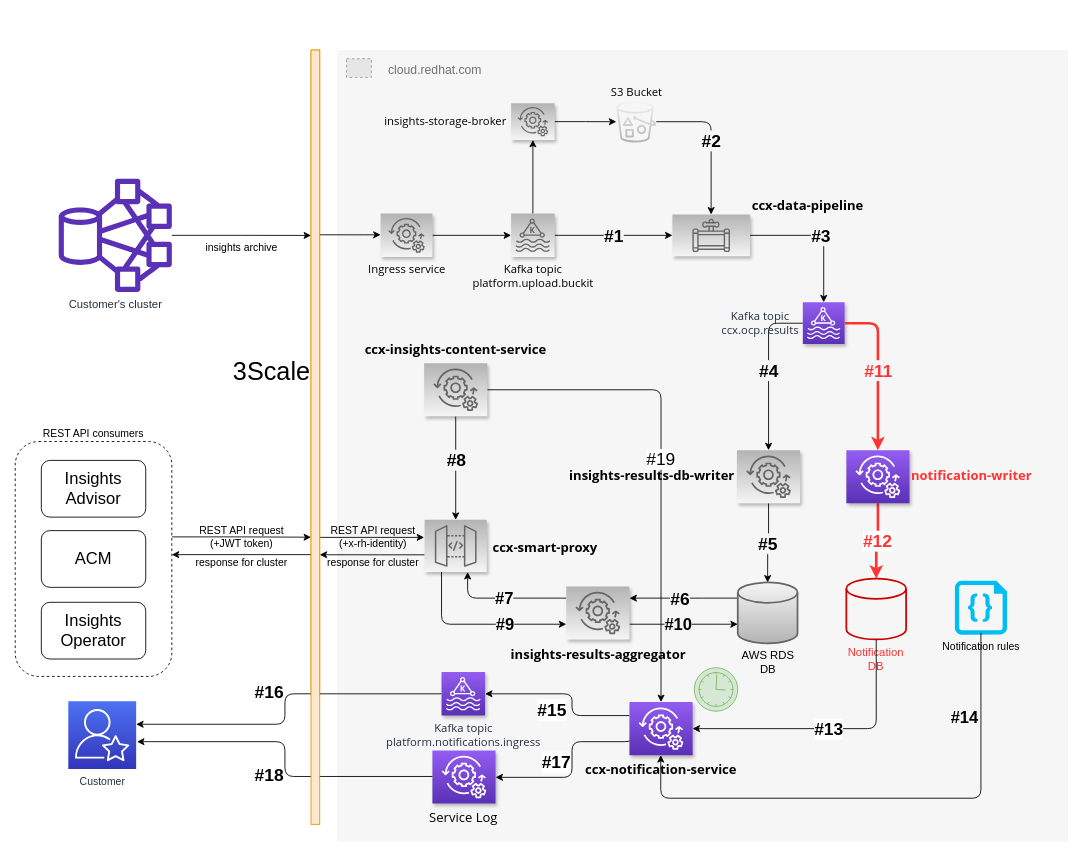
Before: docs/images/architecture_diagram.drawio in RedHatInsights/ccx-notification-writer, a draw.io diagram. Source tidied: cells renumbered, new cells numbered last; positions are measured from the earlier drawing's top-left corner, leaving out a move shared by most shapes. Both pictures are drawn from the tidied source at 87%, with x=0, y=0 at pixel (15, 15). Pictures stored in the file or linked from it are replaced by grey dashed boxes.
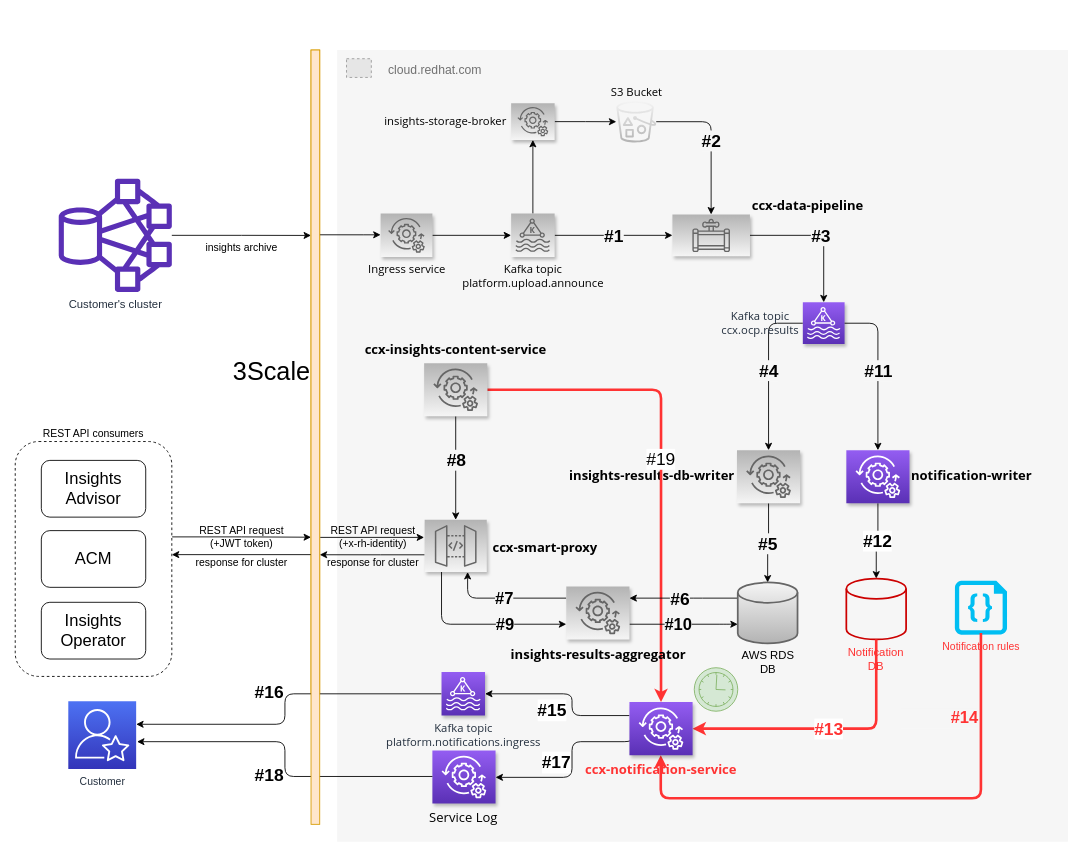
The same diagram, later.

Unchanged cells that the change refers to:
```xml
<mxCell id="5" value="Kafka topic&lt;br style=&quot;font-size: 13px;&quot;&gt;ccx.ocp.results" style="outlineConnect=0;fontColor=#232F3E;gradientColor=#945DF2;gradientDirection=north;fillColor=#5A30B5;strokeColor=#ffffff;dashed=0;verticalLabelPosition=middle;verticalAlign=middle;align=center;html=1;fontSize=13;fontStyle=0;shape=mxgraph.aws4.resourceIcon;resIcon=mxgraph.aws4.managed_streaming_for_kafka;shadow=1;labelPosition=left;spacingRight=50;fontFamily=Open Sans;" parent="1" vertex="1">
  <mxGeometry x="905.3" y="330" width="48" height="48" as="geometry" />
</mxCell>
<mxCell id="40" value="&lt;div&gt;ccx-insights-content-service&lt;/div&gt;" style="outlineConnect=0;gradientDirection=north;fillColor=#f5f5f5;strokeColor=#666666;dashed=0;verticalLabelPosition=top;verticalAlign=bottom;align=center;html=1;fontSize=15;fontStyle=1;shape=mxgraph.aws4.resourceIcon;resIcon=mxgraph.aws4.managed_services;fontFamily=Open Sans;labelPosition=center;shadow=1;spacingBottom=5;gradientColor=#b3b3b3;" parent="1" vertex="1">
  <mxGeometry x="470" y="400" width="72.6" height="61" as="geometry" />
</mxCell>
<mxCell id="51" value="&lt;div&gt;Notification&lt;/div&gt;&lt;div&gt;DB&lt;br&gt;&lt;/div&gt;" style="strokeWidth=2;html=1;shape=mxgraph.flowchart.database;whiteSpace=wrap;shadow=0;dashed=0;fontFamily=Helvetica;fontSize=13;align=center;fillColor=none;strokeColor=#CC0000;labelPosition=center;verticalLabelPosition=bottom;verticalAlign=top;spacingBottom=0;fontColor=#FF3333;" parent="1" vertex="1">
  <mxGeometry x="955.3" y="647.5" width="68.7" height="70" as="geometry" />
</mxCell>
```

Diff of the diagram source:
```diff
@@
-    <mxCell id="10" value="&lt;div style=&quot;font-size: 13px;&quot;&gt;Kafka topic&lt;/div&gt;&lt;div style=&quot;font-size: 13px;&quot;&gt;platform.upload.buckit&lt;/div&gt;" style="outlineConnect=0;gradientDirection=north;fillColor=#f5f5f5;strokeColor=#666666;dashed=0;verticalLabelPosition=bottom;verticalAlign=top;align=center;html=1;fontSize=13;fontStyle=0;shape=mxgraph.aws4.resourceIcon;resIcon=mxgraph.aws4.managed_streaming_for_kafka;labelPosition=center;shadow=1;fontFamily=Open Sans;gradientColor=#b3b3b3;" parent="1" vertex="1">
+    <mxCell id="10" value="&lt;div style=&quot;font-size: 13px;&quot;&gt;Kafka topic&lt;/div&gt;&lt;div style=&quot;font-size: 13px;&quot;&gt;platform.upload.announce&lt;/div&gt;" style="outlineConnect=0;gradientDirection=north;fillColor=#f5f5f5;strokeColor=#666666;dashed=0;verticalLabelPosition=bottom;verticalAlign=top;align=center;html=1;fontSize=13;fontStyle=0;shape=mxgraph.aws4.resourceIcon;resIcon=mxgraph.aws4.managed_streaming_for_kafka;labelPosition=center;shadow=1;fontFamily=Open Sans;gradientColor=#b3b3b3;" parent="1" vertex="1">
       <mxGeometry x="570" y="228" width="50" height="50" as="geometry" />
     </mxCell>
@@
-    <mxCell id="39" value="&lt;font style=&quot;font-size: 20px;&quot;&gt;#19&lt;/font&gt;" style="edgeStyle=orthogonalEdgeStyle;rounded=1;jettySize=auto;html=1;strokeColor=#000000;strokeWidth=1;" parent="1" edge="1" source="40" target="63">
+    <mxCell id="39" value="&lt;font style=&quot;font-size: 20px;&quot;&gt;#19&lt;/font&gt;" style="edgeStyle=orthogonalEdgeStyle;rounded=1;jettySize=auto;html=1;strokeColor=#FF3333;strokeWidth=3;" parent="1" edge="1" source="40" target="63">
       <mxGeometry relative="1" as="geometry" />
     </mxCell>
@@
-    <mxCell id="48" value="&lt;b&gt;&lt;font style=&quot;font-size: 20px&quot;&gt;#12&lt;/font&gt;&lt;/b&gt;" style="edgeStyle=orthogonalEdgeStyle;rounded=0;jettySize=auto;html=1;strokeColor=#FF3333;strokeWidth=3;fontColor=#FF3333;" parent="1" edge="1" source="49" target="51">
+    <mxCell id="48" value="&lt;b&gt;&lt;font style=&quot;font-size: 20px&quot;&gt;#12&lt;/font&gt;&lt;/b&gt;" style="edgeStyle=orthogonalEdgeStyle;rounded=0;jettySize=auto;html=1;" parent="1" edge="1" source="49" target="51">
       <mxGeometry relative="1" as="geometry" />
     </mxCell>
-    <mxCell id="49" value="&lt;div&gt;&lt;b&gt;notification-writer&lt;/b&gt;&lt;/div&gt;" style="outlineConnect=0;fontColor=#FF3333;gradientColor=#945DF2;gradientDirection=north;fillColor=#5A30B5;strokeColor=#FFFFFF;dashed=0;verticalLabelPosition=middle;verticalAlign=middle;align=left;html=1;fontSize=15;fontStyle=0;shape=mxgraph.aws4.resourceIcon;resIcon=mxgraph.aws4.managed_services;fontFamily=Open Sans;labelPosition=right;shadow=1;spacingBottom=5;spacingRight=2;" parent="1" vertex="1">
+    <mxCell id="49" value="&lt;div&gt;&lt;b&gt;notification-writer&lt;/b&gt;&lt;/div&gt;" style="outlineConnect=0;fontColor=#000000;gradientColor=#945DF2;gradientDirection=north;fillColor=#5A30B5;strokeColor=#FFFFFF;dashed=0;verticalLabelPosition=middle;verticalAlign=middle;align=left;html=1;fontSize=15;fontStyle=0;shape=mxgraph.aws4.resourceIcon;resIcon=mxgraph.aws4.managed_services;fontFamily=Open Sans;labelPosition=right;shadow=1;spacingBottom=5;spacingRight=2;" parent="1" vertex="1">
       <mxGeometry x="955.3" y="500" width="72.6" height="61" as="geometry" />
     </mxCell>
-    <mxCell id="50" value="#11" style="edgeStyle=orthogonalEdgeStyle;rounded=1;comic=0;jumpStyle=none;jettySize=auto;html=1;shadow=0;startFill=1;endFill=1;fontColor=#FF3333;labelBackgroundColor=#f6f6f6;fontSize=20;fontStyle=1;strokeColor=#FF3333;strokeWidth=3;" parent="1" edge="1" source="5" target="49">
+    <mxCell id="50" value="#11" style="edgeStyle=orthogonalEdgeStyle;rounded=1;comic=0;jumpStyle=none;jettySize=auto;html=1;shadow=0;startFill=1;endFill=1;fontColor=#000000;labelBackgroundColor=#f6f6f6;fontSize=20;fontStyle=1;" parent="1" edge="1" source="5" target="49">
       <mxGeometry relative="1" as="geometry" />
     </mxCell>
@@
-    <mxCell id="54" value="&lt;font style=&quot;font-size: 20px&quot;&gt;&lt;b&gt;&lt;font style=&quot;font-size: 20px&quot;&gt;#13&lt;/font&gt;&lt;/b&gt;&lt;/font&gt;" style="edgeStyle=orthogonalEdgeStyle;rounded=1;jettySize=auto;html=1;exitX=0.5;exitY=1;exitDx=0;exitDy=0;exitPerimeter=0;strokeColor=#000000;strokeWidth=1;fontColor=#000000;" parent="1" edge="1" source="51" target="63">
+    <mxCell id="54" value="&lt;font style=&quot;font-size: 20px&quot;&gt;&lt;b&gt;&lt;font style=&quot;font-size: 20px&quot;&gt;#13&lt;/font&gt;&lt;/b&gt;&lt;/font&gt;" style="edgeStyle=orthogonalEdgeStyle;rounded=1;jettySize=auto;html=1;exitX=0.5;exitY=1;exitDx=0;exitDy=0;exitPerimeter=0;strokeColor=#FF3333;strokeWidth=3;fontColor=#FF3333;" parent="1" edge="1" source="51" target="63">
       <mxGeometry relative="1" as="geometry">
         <Array as="points">
           <mxPoint x="990" y="820" />
         </Array>
       </mxGeometry>
     </mxCell>
@@
-    <mxCell id="56" value="Notification rules" style="verticalLabelPosition=bottom;html=1;verticalAlign=top;align=center;strokeColor=none;fillColor=#00BEF2;shape=mxgraph.azure.code_file;fontColor=#000000;" parent="1" vertex="1">
+    <mxCell id="56" value="Notification rules" style="verticalLabelPosition=bottom;html=1;verticalAlign=top;align=center;strokeColor=none;fillColor=#00BEF2;shape=mxgraph.azure.code_file;fontColor=#FF3333;" parent="1" vertex="1">
       <mxGeometry x="1080" y="650" width="60" height="62" as="geometry" />
     </mxCell>
-    <mxCell id="57" style="edgeStyle=orthogonalEdgeStyle;rounded=1;jettySize=auto;html=1;strokeColor=#000000;strokeWidth=1;fontColor=#000000;" parent="1" edge="1" target="63">
+    <mxCell id="57" style="edgeStyle=orthogonalEdgeStyle;rounded=1;jettySize=auto;html=1;strokeColor=#FF3333;strokeWidth=3;fontColor=#FF3333;" parent="1" edge="1" target="63">
       <mxGeometry relative="1" as="geometry">
         <mxPoint x="1110" y="710" as="sourcePoint" />
         <Array as="points">
           <mxPoint x="1110" y="900" />
           <mxPoint x="742" y="900" />
         </Array>
       </mxGeometry>
     </mxCell>
-    <mxCell id="58" value="&amp;nbsp;&amp;nbsp;&amp;nbsp;&amp;nbsp;&amp;nbsp;&amp;nbsp;&amp;nbsp;&amp;nbsp;&amp;nbsp;&amp;nbsp; #14" style="edgeLabel;html=1;align=center;verticalAlign=middle;labelBackgroundColor=#F6F6F6;fontSize=19;fontStyle=1;labelBorderColor=none;fontColor=#000000;" parent="57" vertex="1">
+    <mxCell id="58" value="&amp;nbsp;&amp;nbsp;&amp;nbsp;&amp;nbsp;&amp;nbsp;&amp;nbsp;&amp;nbsp;&amp;nbsp;&amp;nbsp;&amp;nbsp; #14" style="edgeLabel;html=1;align=center;verticalAlign=middle;labelBackgroundColor=#F6F6F6;fontSize=19;fontStyle=1;labelBorderColor=none;fontColor=#FF3333;" parent="57" vertex="1">
       <mxGeometry x="-0.68" relative="1" as="geometry">
         <mxPoint x="-48.7" as="offset" />
       </mxGeometry>
     </mxCell>
@@
-    <mxCell id="63" value="ccx-notification-service" style="outlineConnect=0;gradientColor=#945DF2;gradientDirection=north;fillColor=#5A30B5;strokeColor=#FFFFFF;dashed=0;verticalLabelPosition=bottom;verticalAlign=top;align=center;html=1;fontSize=15;fontStyle=1;shape=mxgraph.aws4.resourceIcon;resIcon=mxgraph.aws4.managed_services;fontFamily=Open Sans;labelPosition=center;shadow=1;spacingBottom=5;fontColor=#000000;" parent="1" vertex="1">
+    <mxCell id="63" value="ccx-notification-service" style="outlineConnect=0;gradientColor=#945DF2;gradientDirection=north;fillColor=#5A30B5;strokeColor=#FFFFFF;dashed=0;verticalLabelPosition=bottom;verticalAlign=top;align=center;html=1;fontSize=15;fontStyle=1;shape=mxgraph.aws4.resourceIcon;resIcon=mxgraph.aws4.managed_services;fontFamily=Open Sans;labelPosition=center;shadow=1;spacingBottom=5;fontColor=#FF3333;" parent="1" vertex="1">
       <mxGeometry x="706" y="789.5" width="72.6" height="61" as="geometry" />
     </mxCell>
```
